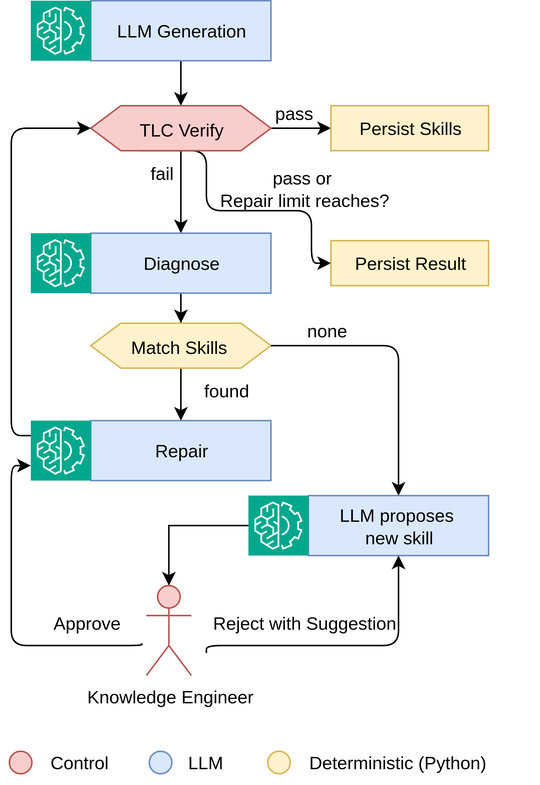
This is images/AgenticControlLoop.drawio.svg from Prof-it/formal-verification, a draw.io export, as it was before one commit. Source tidied: cells renumbered, new cells last; positions are measured from the earlier drawing's top-left corner, leaving out a move shared by most shapes.
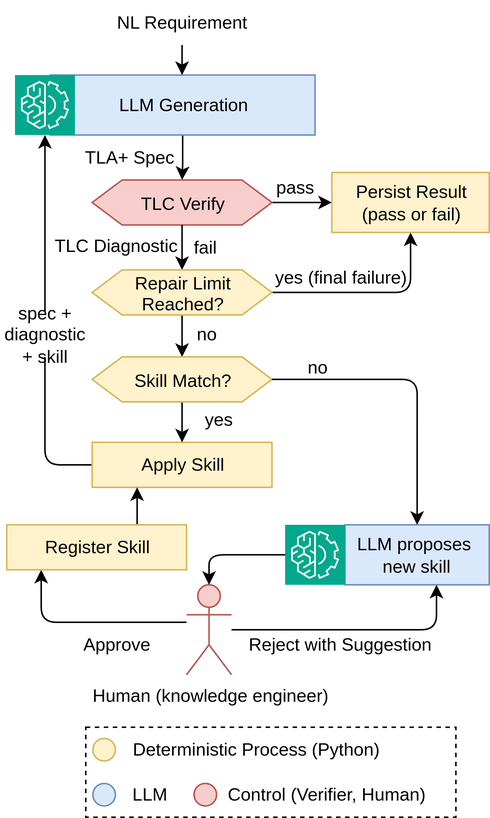
The same file after the commit.

What changed in the source:
```diff
@@ -2,149 +2,153 @@
   <root>
     <mxCell id="0" />
     <mxCell id="1" parent="0" />
+    <mxCell id="40" style="rounded=0;whiteSpace=wrap;html=1;dashed=1;" parent="1" vertex="1">
+      <mxGeometry x="0.8" y="435" width="247" height="60" as="geometry" />
+    </mxCell>
     <mxCell id="2" style="edgeStyle=orthogonalEdgeStyle;rounded=0;jettySize=auto;html=1;" parent="1" edge="1" source="3" target="7">
       <mxGeometry relative="1" as="geometry" />
     </mxCell>
     <mxCell id="3" value="&lt;font&gt;LLM Generation&lt;/font&gt;" style="rounded=0;whiteSpace=wrap;html=1;fillColor=#dae8fc;strokeColor=#6c8ebf;" parent="1" vertex="1">
-      <mxGeometry x="54" width="120" height="40" as="geometry" />
+      <mxGeometry x="-23" width="176.8" height="40" as="geometry" />
     </mxCell>
-    <mxCell id="4" style="edgeStyle=orthogonalEdgeStyle;rounded=1;jettySize=auto;html=1;curved=0;exitX=0.25;exitY=0;exitDx=0;exitDy=0;" parent="1" edge="1" source="11" target="17">
-      <mxGeometry x="0.27" relative="1" as="geometry">
-        <Array as="points">
-          <mxPoint x="131" y="100" />
-          <mxPoint x="131" y="140" />
-          <mxPoint x="201" y="140" />
-          <mxPoint x="201" y="175" />
-        </Array>
-      </mxGeometry>
+    <mxCell id="4" style="edgeStyle=orthogonalEdgeStyle;rounded=1;jettySize=auto;html=1;curved=0;exitX=1;exitY=0.5;exitDx=0;exitDy=0;entryX=0.5;entryY=1;entryDx=0;entryDy=0;" parent="1" edge="1" source="43" target="30">
+      <mxGeometry x="-0.73" relative="1" as="geometry" />
     </mxCell>
-    <mxCell id="5" style="edgeStyle=orthogonalEdgeStyle;rounded=0;jettySize=auto;html=1;entryX=0.5;entryY=0;entryDx=0;entryDy=0;" parent="1" edge="1" source="7" target="10">
-      <mxGeometry relative="1" as="geometry" />
+    <mxCell id="5" style="edgeStyle=orthogonalEdgeStyle;rounded=0;jettySize=auto;html=1;entryX=0.5;entryY=0;entryDx=0;entryDy=0;" parent="1" edge="1" source="43" target="16">
+      <mxGeometry x="0.38" relative="1" as="geometry" />
     </mxCell>
     <mxCell id="6" style="edgeStyle=orthogonalEdgeStyle;rounded=1;jettySize=auto;html=1;curved=0;" parent="1" edge="1" source="7" target="30">
       <mxGeometry x="0.11" relative="1" as="geometry" />
     </mxCell>
     <mxCell id="7" value="&lt;font&gt;TLC Verify&lt;/font&gt;" style="shape=hexagon;perimeter=hexagonPerimeter2;whiteSpace=wrap;html=1;shapeInside=1;fixedSize=1;fillColor=#f8cecc;strokeColor=#b85450;" parent="1" vertex="1">
-      <mxGeometry x="54" y="70" width="120" height="30" as="geometry" />
+      <mxGeometry x="5" y="70" width="120" height="30" as="geometry" />
     </mxCell>
     <mxCell id="8" value="pass" style="text;html=1;whiteSpace=wrap;strokeColor=none;fillColor=none;align=center;verticalAlign=middle;rounded=0;" parent="1" vertex="1">
-      <mxGeometry x="159" y="60" width="60" height="30" as="geometry" />
+      <mxGeometry x="110" y="60" width="60" height="30" as="geometry" />
     </mxCell>
-    <mxCell id="9" style="edgeStyle=orthogonalEdgeStyle;rounded=0;jettySize=auto;html=1;" parent="1" edge="1" source="10" target="16">
-      <mxGeometry relative="1" as="geometry" />
-    </mxCell>
-    <mxCell id="10" value="&lt;font&gt;Diagnose&lt;/font&gt;" style="rounded=0;whiteSpace=wrap;html=1;fillColor=#dae8fc;strokeColor=#6c8ebf;" parent="1" vertex="1">
-      <mxGeometry x="54" y="155" width="120" height="40" as="geometry" />
-    </mxCell>
     <mxCell id="11" value="fail" style="text;html=1;whiteSpace=wrap;strokeColor=none;fillColor=none;align=center;verticalAlign=middle;rounded=0;" parent="1" vertex="1">
-      <mxGeometry x="71" y="100" width="60" height="30" as="geometry" />
+      <mxGeometry x="50" y="100" width="60" height="30" as="geometry" />
     </mxCell>
     <mxCell id="12" style="edgeStyle=orthogonalEdgeStyle;rounded=1;jettySize=auto;html=1;entryX=0;entryY=0.5;entryDx=0;entryDy=0;strokeColor=none;curved=0;" parent="1" edge="1" source="14" target="7">
       <mxGeometry x="-0.19" relative="1" as="geometry">
         <Array as="points">
-          <mxPoint x="11" y="295" />
-          <mxPoint x="11" y="95" />
+          <mxPoint x="-38" y="295" />
+          <mxPoint x="-38" y="95" />
         </Array>
       </mxGeometry>
     </mxCell>
-    <mxCell id="13" style="edgeStyle=orthogonalEdgeStyle;rounded=1;jettySize=auto;html=1;entryX=0;entryY=0.5;entryDx=0;entryDy=0;curved=0;exitX=0;exitY=0.25;exitDx=0;exitDy=0;exitPerimeter=0;" parent="1" edge="1" source="39" target="7">
-      <mxGeometry x="-0.25" relative="1" as="geometry">
-        <Array as="points">
-          <mxPoint x="1" y="290" />
-          <mxPoint x="1" y="85" />
-        </Array>
-      </mxGeometry>
-    </mxCell>
+    <mxCell id="41" style="edgeStyle=orthogonalEdgeStyle;rounded=1;jettySize=auto;html=1;entryX=0.5;entryY=1;entryDx=0;entryDy=0;curved=0;endArrow=none;endFill=0;" parent="1" edge="1" source="14" target="50">
+      <mxGeometry relative="1" as="geometry" />
+    </mxCell>
-    <mxCell id="14" value="Repair" style="rounded=0;whiteSpace=wrap;html=1;fillColor=#dae8fc;strokeColor=#6c8ebf;" parent="1" vertex="1">
-      <mxGeometry x="54" y="280" width="120" height="40" as="geometry" />
+    <mxCell id="14" value="&lt;div&gt;Apply Skill&lt;/div&gt;" style="rounded=0;whiteSpace=wrap;html=1;fillColor=#fff2cc;strokeColor=#d6b656;" parent="1" vertex="1">
+      <mxGeometry x="5" y="245" width="120" height="30" as="geometry" />
     </mxCell>
     <mxCell id="15" style="edgeStyle=orthogonalEdgeStyle;rounded=0;jettySize=auto;html=1;" parent="1" edge="1" source="16" target="14">
       <mxGeometry relative="1" as="geometry" />
     </mxCell>
-    <mxCell id="16" value="&lt;font&gt;Match Skills&amp;nbsp;&lt;/font&gt;" style="shape=hexagon;perimeter=hexagonPerimeter2;whiteSpace=wrap;html=1;shapeInside=1;fixedSize=1;fillColor=#fff2cc;strokeColor=#d6b656;" parent="1" vertex="1">
-      <mxGeometry x="54" y="215" width="120" height="30" as="geometry" />
+    <mxCell id="16" value="Skill Match?" style="shape=hexagon;perimeter=hexagonPerimeter2;whiteSpace=wrap;html=1;shapeInside=1;fixedSize=1;fillColor=#fff2cc;strokeColor=#d6b656;" parent="1" vertex="1">
+      <mxGeometry x="5" y="188" width="120" height="30" as="geometry" />
     </mxCell>
-    <mxCell id="17" value="Persist&amp;nbsp;&lt;span style=&quot;background-color: transparent; color: light-dark(rgb(0, 0, 0), rgb(255, 255, 255));&quot;&gt;Result&lt;/span&gt;" style="rounded=0;whiteSpace=wrap;html=1;fillColor=#fff2cc;strokeColor=#d6b656;" parent="1" vertex="1">
-      <mxGeometry x="214" y="160" width="105" height="30" as="geometry" />
-    </mxCell>
-    <mxCell id="18" value="found" style="text;html=1;whiteSpace=wrap;strokeColor=none;fillColor=none;align=center;verticalAlign=middle;rounded=0;" parent="1" vertex="1">
-      <mxGeometry x="114" y="245" width="60" height="30" as="geometry" />
+    <mxCell id="18" value="yes" style="text;html=1;whiteSpace=wrap;strokeColor=none;fillColor=none;align=center;verticalAlign=middle;rounded=0;" parent="1" vertex="1">
+      <mxGeometry x="59" y="215" width="60" height="30" as="geometry" />
     </mxCell>
     <mxCell id="19" value="LLM proposes&amp;nbsp;&lt;div&gt;new skill&lt;/div&gt;" style="rounded=0;whiteSpace=wrap;html=1;fillColor=#dae8fc;strokeColor=#6c8ebf;" parent="1" vertex="1">
-      <mxGeometry x="199" y="330" width="120" height="40" as="geometry" />
+      <mxGeometry x="173.8" y="300" width="96.2" height="40" as="geometry" />
     </mxCell>
     <mxCell id="20" style="edgeStyle=orthogonalEdgeStyle;rounded=1;jettySize=auto;html=1;entryX=0.5;entryY=0;entryDx=0;entryDy=0;exitX=1;exitY=0.5;exitDx=0;exitDy=0;curved=0;" parent="1" edge="1" source="16" target="19">
       <mxGeometry x="0.19" relative="1" as="geometry" />
     </mxCell>
-    <mxCell id="21" style="edgeStyle=orthogonalEdgeStyle;rounded=1;jettySize=auto;html=1;exitX=-0.075;exitY=0.642;exitDx=0;exitDy=0;exitPerimeter=0;curved=0;entryX=0;entryY=0.75;entryDx=0;entryDy=0;entryPerimeter=0;" parent="1" edge="1" target="39">
-      <mxGeometry x="0.07" relative="1" as="geometry">
-        <mxPoint x="88" y="428.5" as="sourcePoint" />
-        <Array as="points">
-          <mxPoint x="88" y="430" />
-          <mxPoint x="1" y="430" />
-          <mxPoint x="1" y="310" />
-        </Array>
-      </mxGeometry>
-    </mxCell>
-    <mxCell id="22" style="edgeStyle=orthogonalEdgeStyle;rounded=1;jettySize=auto;html=1;entryX=0.5;entryY=1;entryDx=0;entryDy=0;exitX=1;exitY=0.75;exitDx=0;exitDy=0;curved=0;" parent="1" edge="1" target="19">
-      <mxGeometry x="0.05" relative="1" as="geometry">
-        <mxPoint x="131" y="435" as="sourcePoint" />
-        <Array as="points">
-          <mxPoint x="131" y="430" />
-          <mxPoint x="259" y="430" />
-        </Array>
-      </mxGeometry>
-    </mxCell>
     <mxCell id="23" style="sketch=0;points=[[0,0,0],[0.25,0,0],[0.5,0,0],[0.75,0,0],[1,0,0],[0,1,0],[0.25,1,0],[0.5,1,0],[0.75,1,0],[1,1,0],[0,0.25,0],[0,0.5,0],[0,0.75,0],[1,0.25,0],[1,0.5,0],[1,0.75,0]];outlineConnect=0;fontColor=#232F3E;fillColor=#01A88D;strokeColor=#ffffff;dashed=0;verticalLabelPosition=bottom;verticalAlign=top;align=center;html=1;fontSize=12;fontStyle=0;shape=mxgraph.aws4.resourceIcon;resIcon=mxgraph.aws4.machine_learning;" parent="1" vertex="1">
-      <mxGeometry x="14" width="40" height="40" as="geometry" />
+      <mxGeometry x="-46.5" width="40" height="40" as="geometry" />
     </mxCell>
     <mxCell id="24" style="sketch=0;points=[[0,0,0],[0.25,0,0],[0.5,0,0],[0.75,0,0],[1,0,0],[0,1,0],[0.25,1,0],[0.5,1,0],[0.75,1,0],[1,1,0],[0,0.25,0],[0,0.5,0],[0,0.75,0],[1,0.25,0],[1,0.5,0],[1,0.75,0]];outlineConnect=0;fontColor=#232F3E;fillColor=#01A88D;strokeColor=#ffffff;dashed=0;verticalLabelPosition=bottom;verticalAlign=top;align=center;html=1;fontSize=12;fontStyle=0;shape=mxgraph.aws4.resourceIcon;resIcon=mxgraph.aws4.machine_learning;" parent="1" vertex="1">
-      <mxGeometry x="159" y="330" width="40" height="40" as="geometry" />
+      <mxGeometry x="133.8" y="300" width="40" height="40" as="geometry" />
     </mxCell>
     <mxCell id="25" value="Approve" style="text;html=1;whiteSpace=wrap;strokeColor=none;fillColor=none;align=center;verticalAlign=middle;rounded=0;" parent="1" vertex="1">
-      <mxGeometry x="21" y="400" width="60" height="30" as="geometry" />
+      <mxGeometry x="-9" y="372.5" width="60" height="15" as="geometry" />
     </mxCell>
     <mxCell id="26" value="Reject with Suggestion" style="text;html=1;whiteSpace=wrap;strokeColor=none;fillColor=none;align=center;verticalAlign=middle;rounded=0;" parent="1" vertex="1">
-      <mxGeometry x="131" y="400" width="130" height="30" as="geometry" />
+      <mxGeometry x="105.8" y="365" width="130" height="30" as="geometry" />
     </mxCell>
-    <mxCell id="27" value="Knowledge&amp;nbsp;&lt;span style=&quot;background-color: transparent; color: light-dark(rgb(0, 0, 0), rgb(255, 255, 255));&quot;&gt;Engineer&lt;/span&gt;" style="shape=umlActor;verticalLabelPosition=bottom;verticalAlign=top;html=1;outlineConnect=0;fillColor=#f8cecc;strokeColor=#b85450;" parent="1" vertex="1">
-      <mxGeometry x="91" y="390" width="30" height="60" as="geometry" />
+    <mxCell id="27" value="Human (knowledge e&lt;span style=&quot;background-color: transparent; color: light-dark(rgb(0, 0, 0), rgb(255, 255, 255));&quot;&gt;ngineer)&lt;/span&gt;" style="shape=umlActor;verticalLabelPosition=bottom;verticalAlign=top;html=1;outlineConnect=0;fillColor=#f8cecc;strokeColor=#b85450;" parent="1" vertex="1">
+      <mxGeometry x="68" y="340" width="30" height="60" as="geometry" />
     </mxCell>
-    <mxCell id="28" value="none" style="text;html=1;whiteSpace=wrap;strokeColor=none;fillColor=none;align=center;verticalAlign=middle;rounded=0;" parent="1" vertex="1">
-      <mxGeometry x="181" y="205" width="60" height="30" as="geometry" />
+    <mxCell id="28" value="no" style="text;html=1;whiteSpace=wrap;strokeColor=none;fillColor=none;align=center;verticalAlign=middle;rounded=0;" parent="1" vertex="1">
+      <mxGeometry x="125" y="180" width="60" height="30" as="geometry" />
     </mxCell>
-    <mxCell id="29" style="edgeStyle=orthogonalEdgeStyle;rounded=0;jettySize=auto;html=1;entryX=0.5;entryY=0;entryDx=0;entryDy=0;entryPerimeter=0;" parent="1" edge="1" source="24" target="27">
+    <mxCell id="29" style="edgeStyle=orthogonalEdgeStyle;rounded=1;jettySize=auto;html=1;entryX=0.5;entryY=0;entryDx=0;entryDy=0;entryPerimeter=0;curved=0;" parent="1" edge="1" source="24" target="27">
       <mxGeometry relative="1" as="geometry" />
     </mxCell>
-    <mxCell id="30" value="&lt;span style=&quot;background-color: transparent; color: light-dark(rgb(0, 0, 0), rgb(255, 255, 255));&quot;&gt;Persist Skills&lt;/span&gt;" style="rounded=0;whiteSpace=wrap;html=1;fillColor=#fff2cc;strokeColor=#d6b656;" parent="1" vertex="1">
-      <mxGeometry x="214" y="70" width="105" height="30" as="geometry" />
+    <mxCell id="30" value="&lt;span style=&quot;background-color: transparent; color: light-dark(rgb(0, 0, 0), rgb(255, 255, 255));&quot;&gt;Persist Result&lt;/span&gt;&lt;div&gt;&lt;span style=&quot;background-color: transparent; color: light-dark(rgb(0, 0, 0), rgb(255, 255, 255));&quot;&gt;(pass or fail)&lt;/span&gt;&lt;/div&gt;" style="rounded=0;whiteSpace=wrap;html=1;fillColor=#fff2cc;strokeColor=#d6b656;" parent="1" vertex="1">
+      <mxGeometry x="165" y="65" width="105" height="40" as="geometry" />
     </mxCell>
-    <mxCell id="31" style="sketch=0;fontColor=#232F3E;fillColor=#01A88D;strokeColor=#ffffff;dashed=0;verticalLabelPosition=bottom;verticalAlign=top;align=center;html=1;fontSize=12;fontStyle=0;shape=mxgraph.aws4.resourceIcon;resIcon=mxgraph.aws4.machine_learning;" parent="1" vertex="1">
-      <mxGeometry x="14" y="155" width="40" height="40" as="geometry" />
-    </mxCell>
+    <mxCell id="42" style="edgeStyle=orthogonalEdgeStyle;rounded=0;jettySize=auto;html=1;" parent="1" edge="1" source="7" target="43">
+      <mxGeometry relative="1" as="geometry" />
+    </mxCell>
+    <mxCell id="43" value="Repair Limit Reached?" style="shape=hexagon;perimeter=hexagonPerimeter2;whiteSpace=wrap;html=1;shapeInside=1;fixedSize=1;fillColor=#fff2cc;strokeColor=#d6b656;" parent="1" vertex="1">
+      <mxGeometry x="5" y="130" width="120" height="30" as="geometry" />
+    </mxCell>
+    <mxCell id="44" value="no" style="text;html=1;whiteSpace=wrap;strokeColor=none;fillColor=none;align=center;verticalAlign=middle;rounded=0;" parent="1" vertex="1">
+      <mxGeometry x="51.5" y="158" width="60" height="30" as="geometry" />
+    </mxCell>
+    <mxCell id="45" value="yes (final failure)" style="text;html=1;whiteSpace=wrap;strokeColor=none;fillColor=none;align=center;verticalAlign=middle;rounded=0;" parent="1" vertex="1">
+      <mxGeometry x="125" y="120" width="91" height="30" as="geometry" />
+    </mxCell>
+    <mxCell id="46" value="TLA+ Spec" style="text;html=1;whiteSpace=wrap;strokeColor=none;fillColor=none;align=center;verticalAlign=middle;rounded=0;" parent="1" vertex="1">
+      <mxGeometry x="-23" y="40" width="105" height="30" as="geometry" />
+    </mxCell>
+    <mxCell id="47" style="edgeStyle=orthogonalEdgeStyle;rounded=0;jettySize=auto;html=1;entryX=0.5;entryY=0;entryDx=0;entryDy=0;" parent="1" edge="1" source="48" target="3">
+      <mxGeometry relative="1" as="geometry" />
+    </mxCell>
+    <mxCell id="48" value="NL Requirement" style="text;html=1;whiteSpace=wrap;strokeColor=none;fillColor=none;align=center;verticalAlign=middle;rounded=0;" parent="1" vertex="1">
+      <mxGeometry x="12.5" y="-50" width="105" height="30" as="geometry" />
+    </mxCell>
+    <mxCell id="49" style="edgeStyle=orthogonalEdgeStyle;rounded=1;jettySize=auto;html=1;curved=0;" parent="1" edge="1" source="27" target="19">
+      <mxGeometry relative="1" as="geometry">
+        <Array as="points">
+          <mxPoint x="234.8" y="370" />
+        </Array>
+      </mxGeometry>
+    </mxCell>
+    <mxCell id="50" value="spec +&lt;div&gt;diagnostic&lt;/div&gt;&lt;div&gt;+ skill&lt;/div&gt;" style="text;html=1;whiteSpace=wrap;strokeColor=none;fillColor=none;align=center;verticalAlign=middle;rounded=0;" parent="1" vertex="1">
+      <mxGeometry x="-56.5" y="158" width="60" height="30" as="geometry" />
+    </mxCell>
     <mxCell id="32" style="ellipse;whiteSpace=wrap;html=1;shapeInside=1;fillColor=#f8cecc;strokeColor=#b85450;" parent="1" vertex="1">
-      <mxGeometry x="-0.2" y="500.5" width="15" height="15" as="geometry" />
+      <mxGeometry x="73" y="472.5" width="15" height="15" as="geometry" />
     </mxCell>
-    <mxCell id="33" value="Control" style="text;html=1;whiteSpace=wrap;strokeColor=none;fillColor=none;align=center;verticalAlign=middle;rounded=0;" parent="1" vertex="1">
-      <mxGeometry x="16" y="493" width="60" height="30" as="geometry" />
+    <mxCell id="33" value="Control (Verifier, Human)" style="text;html=1;whiteSpace=wrap;strokeColor=none;fillColor=none;align=center;verticalAlign=middle;rounded=0;" parent="1" vertex="1">
+      <mxGeometry x="89.2" y="465" width="144.2" height="30" as="geometry" />
     </mxCell>
     <mxCell id="34" style="ellipse;whiteSpace=wrap;html=1;shapeInside=1;fillColor=#fff2cc;strokeColor=#d6b656;" parent="1" vertex="1">
-      <mxGeometry x="171.9" y="500.5" width="15" height="15" as="geometry" />
+      <mxGeometry x="5.5" y="442.5" width="15" height="15" as="geometry" />
     </mxCell>
-    <mxCell id="35" value="Deterministic (Python)" style="text;html=1;whiteSpace=wrap;strokeColor=none;fillColor=none;align=center;verticalAlign=middle;rounded=0;" parent="1" vertex="1">
-      <mxGeometry x="164.9" y="493" width="188.2" height="30" as="geometry" />
+    <mxCell id="35" value="Deterministic Process (Python)" style="text;html=1;whiteSpace=wrap;strokeColor=none;fillColor=none;align=center;verticalAlign=middle;rounded=0;" parent="1" vertex="1">
+      <mxGeometry x="20.5" y="435" width="188.2" height="30" as="geometry" />
     </mxCell>
     <mxCell id="36" style="ellipse;whiteSpace=wrap;html=1;shapeInside=1;fillColor=#dae8fc;strokeColor=#6c8ebf;" parent="1" vertex="1">
-      <mxGeometry x="93" y="500.5" width="15" height="15" as="geometry" />
+      <mxGeometry x="5.5" y="472.5" width="15" height="15" as="geometry" />
     </mxCell>
     <mxCell id="37" value="LLM" style="text;html=1;whiteSpace=wrap;strokeColor=none;fillColor=none;align=center;verticalAlign=middle;rounded=0;" parent="1" vertex="1">
-      <mxGeometry x="100.5" y="493" width="60" height="30" as="geometry" />
+      <mxGeometry x="13" y="465" width="60" height="30" as="geometry" />
     </mxCell>
-    <mxCell id="38" value="pass or&amp;nbsp;&lt;div&gt;Repair limit reaches?&lt;/div&gt;" style="text;html=1;whiteSpace=wrap;strokeColor=none;fillColor=none;align=center;verticalAlign=middle;rounded=0;" parent="1" vertex="1">
-      <mxGeometry x="131.5" y="110" width="130" height="30" as="geometry" />
-    </mxCell>
-    <mxCell id="39" style="sketch=0;points=[[0,0,0],[0.25,0,0],[0.5,0,0],[0.75,0,0],[1,0,0],[0,1,0],[0.25,1,0],[0.5,1,0],[0.75,1,0],[1,1,0],[0,0.25,0],[0,0.5,0],[0,0.75,0],[1,0.25,0],[1,0.5,0],[1,0.75,0]];outlineConnect=0;fontColor=#232F3E;fillColor=#01A88D;strokeColor=#ffffff;dashed=0;verticalLabelPosition=bottom;verticalAlign=top;align=center;html=1;fontSize=12;fontStyle=0;shape=mxgraph.aws4.resourceIcon;resIcon=mxgraph.aws4.machine_learning;" parent="1" vertex="1">
-      <mxGeometry x="14" y="280" width="40" height="40" as="geometry" />
-    </mxCell>
+    <mxCell id="51" style="edgeStyle=orthogonalEdgeStyle;rounded=1;jettySize=auto;html=1;curved=0;" parent="1" edge="1" source="27" target="53">
+      <mxGeometry x="-0.2" relative="1" as="geometry">
+        <Array as="points">
+          <mxPoint x="-29" y="365" />
+        </Array>
+      </mxGeometry>
+    </mxCell>
+    <mxCell id="52" style="edgeStyle=orthogonalEdgeStyle;rounded=0;jettySize=auto;html=1;entryX=0.25;entryY=1;entryDx=0;entryDy=0;exitX=0.75;exitY=0;exitDx=0;exitDy=0;" parent="1" edge="1" source="53" target="14">
+      <mxGeometry relative="1" as="geometry" />
+    </mxCell>
+    <mxCell id="53" value="Register Skill" style="rounded=0;whiteSpace=wrap;html=1;fillColor=#fff2cc;strokeColor=#d6b656;" parent="1" vertex="1">
+      <mxGeometry x="-52" y="300" width="120" height="30" as="geometry" />
+    </mxCell>
+    <mxCell id="54" value="TLC Diagnostic" style="text;html=1;whiteSpace=wrap;strokeColor=none;fillColor=none;align=center;verticalAlign=middle;rounded=0;" parent="1" vertex="1">
+      <mxGeometry x="-31.5" y="99" width="105" height="30" as="geometry" />
+    </mxCell>
+    <mxCell id="55" style="edgeStyle=orthogonalEdgeStyle;rounded=0;jettySize=auto;html=1;entryX=0.5;entryY=1;entryDx=0;entryDy=0;entryPerimeter=0;" parent="1" edge="1" source="50" target="23">
+      <mxGeometry relative="1" as="geometry" />
+    </mxCell>
   </root>
 </mxGraphModel>
```
